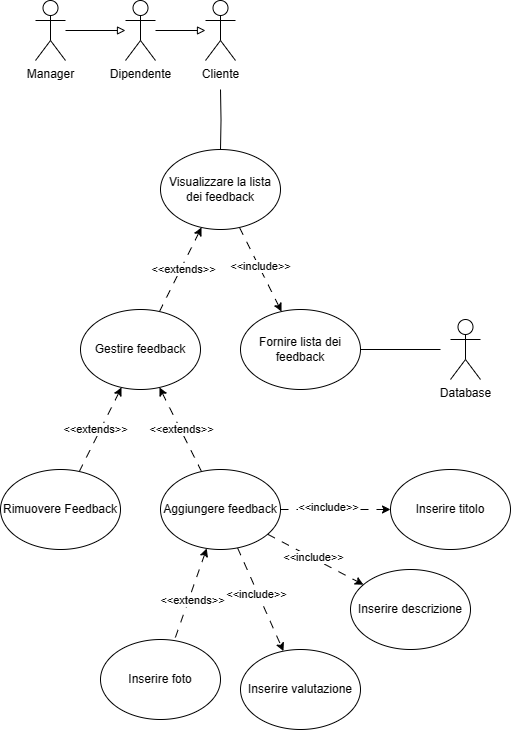
Before: second-deliverable/images/UCD/RF8_feedback_UCD.png, a diagram exported from draw.io (IS-FixMi/Documentation-Source). Source tidied: cells renumbered, new cells last; positions are measured from the earlier drawing's top-left corner, leaving out a move shared by most shapes.
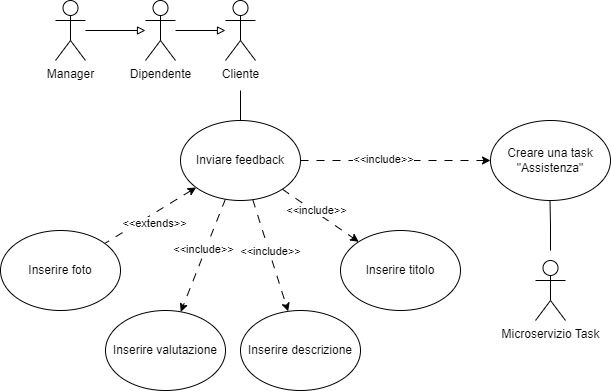
Later version of the same file.

The edit, as a diff of the source:
```diff
@@ -2,65 +2,26 @@
   <root>
     <mxCell id="0" />
     <mxCell id="1" parent="0" />
-    <mxCell id="2" style="edgeStyle=orthogonalEdgeStyle;rounded=0;jettySize=auto;html=1;endArrow=none;endFill=0;" parent="1" edge="1" target="12">
+    <mxCell id="2" style="edgeStyle=orthogonalEdgeStyle;rounded=0;jettySize=auto;html=1;endArrow=none;endFill=0;entryX=0.5;entryY=0;entryDx=0;entryDy=0;" parent="1" edge="1" target="27">
       <mxGeometry relative="1" as="geometry">
-        <mxPoint x="220" y="89" as="sourcePoint" />
+        <mxPoint x="220" y="149" as="sourcePoint" />
       </mxGeometry>
     </mxCell>
     <mxCell id="3" value="Cliente" style="shape=umlActor;verticalLabelPosition=bottom;verticalAlign=top;html=1;outlineConnect=0;" parent="1" vertex="1">
-      <mxGeometry x="205" width="30" height="60" as="geometry" />
+      <mxGeometry x="205" y="59" width="30" height="60" as="geometry" />
     </mxCell>
     <mxCell id="4" style="edgeStyle=orthogonalEdgeStyle;rounded=0;jettySize=auto;html=1;endArrow=block;endFill=0;" parent="1" edge="1" source="5" target="3">
       <mxGeometry relative="1" as="geometry" />
     </mxCell>
     <mxCell id="5" value="Dipendente" style="shape=umlActor;verticalLabelPosition=bottom;verticalAlign=top;html=1;outlineConnect=0;" parent="1" vertex="1">
-      <mxGeometry x="125" width="30" height="60" as="geometry" />
+      <mxGeometry x="125" y="59" width="30" height="60" as="geometry" />
     </mxCell>
     <mxCell id="6" style="edgeStyle=orthogonalEdgeStyle;rounded=0;jettySize=auto;html=1;endArrow=block;endFill=0;" parent="1" edge="1" source="7" target="5">
       <mxGeometry relative="1" as="geometry" />
     </mxCell>
     <mxCell id="7" value="Manager" style="shape=umlActor;verticalLabelPosition=bottom;verticalAlign=top;html=1;outlineConnect=0;" parent="1" vertex="1">
-      <mxGeometry x="35" width="30" height="60" as="geometry" />
+      <mxGeometry x="35" y="59" width="30" height="60" as="geometry" />
     </mxCell>
-    <mxCell id="8" style="rounded=0;jettySize=auto;html=1;dashed=1;dashPattern=8 8;" parent="1" edge="1" source="12" target="34">
-      <mxGeometry relative="1" as="geometry" />
-    </mxCell>
-    <mxCell id="9" value="&amp;lt;&amp;lt;include&amp;gt;&amp;gt;" style="edgeLabel;html=1;align=center;verticalAlign=middle;" parent="8" vertex="1">
-      <mxGeometry x="-0.07" y="1" relative="1" as="geometry" />
-    </mxCell>
-    <mxCell id="10" style="rounded=0;jettySize=auto;html=1;dashed=1;dashPattern=8 8;endArrow=none;endFill=0;startArrow=classic;startFill=1;" parent="1" edge="1" source="12" target="17">
-      <mxGeometry relative="1" as="geometry" />
-    </mxCell>
-    <mxCell id="11" value="&amp;lt;&amp;lt;extends&amp;gt;&amp;gt;" style="edgeLabel;html=1;align=center;verticalAlign=middle;" parent="10" vertex="1">
-      <mxGeometry x="0.23" y="-2" relative="1" as="geometry">
-        <mxPoint x="9" y="-9" as="offset" />
-      </mxGeometry>
-    </mxCell>
-    <mxCell id="12" value="Visualizzare la lista dei feedback" style="ellipse;whiteSpace=wrap;html=1;" parent="1" vertex="1">
-      <mxGeometry x="160" y="149" width="120" height="80" as="geometry" />
-    </mxCell>
-    <mxCell id="13" style="rounded=0;jettySize=auto;html=1;dashed=1;dashPattern=8 8;startArrow=classic;startFill=1;endArrow=none;endFill=0;" parent="1" edge="1" source="17" target="18">
-      <mxGeometry relative="1" as="geometry" />
-    </mxCell>
-    <mxCell id="14" value="&amp;lt;&amp;lt;extends&amp;gt;&amp;gt;" style="edgeLabel;html=1;align=center;verticalAlign=middle;" parent="13" vertex="1">
-      <mxGeometry x="-0.04" y="-1" relative="1" as="geometry">
-        <mxPoint x="-5" y="2" as="offset" />
-      </mxGeometry>
-    </mxCell>
-    <mxCell id="15" style="rounded=0;jettySize=auto;html=1;dashed=1;dashPattern=8 8;endArrow=none;endFill=0;startArrow=classic;startFill=1;" parent="1" edge="1" source="17" target="27">
-      <mxGeometry relative="1" as="geometry" />
-    </mxCell>
-    <mxCell id="16" value="&amp;lt;&amp;lt;extends&amp;gt;&amp;gt;" style="edgeLabel;html=1;align=center;verticalAlign=middle;" parent="15" vertex="1">
-      <mxGeometry x="-0.07" relative="1" as="geometry">
-        <mxPoint x="2" y="3" as="offset" />
-      </mxGeometry>
-    </mxCell>
-    <mxCell id="17" value="Gestire feedback" style="ellipse;whiteSpace=wrap;html=1;" parent="1" vertex="1">
-      <mxGeometry x="80" y="309" width="120" height="80" as="geometry" />
-    </mxCell>
-    <mxCell id="18" value="Rimuovere Feedback" style="ellipse;whiteSpace=wrap;html=1;" parent="1" vertex="1">
-      <mxGeometry y="469" width="120" height="80" as="geometry" />
-    </mxCell>
     <mxCell id="19" style="rounded=0;jettySize=auto;html=1;dashed=1;dashPattern=8 8;" parent="1" edge="1" source="27" target="28">
       <mxGeometry relative="1" as="geometry" />
     </mxCell>
@@ -89,31 +50,38 @@
         <mxPoint y="10" as="offset" />
       </mxGeometry>
     </mxCell>
-    <mxCell id="27" value="Aggiungere feedback" style="ellipse;whiteSpace=wrap;html=1;" parent="1" vertex="1">
-      <mxGeometry x="160" y="469" width="120" height="80" as="geometry" />
+    <mxCell id="27" value="Inviare feedback" style="ellipse;whiteSpace=wrap;html=1;" parent="1" vertex="1">
+      <mxGeometry x="160" y="179" width="120" height="80" as="geometry" />
     </mxCell>
     <mxCell id="28" value="Inserire titolo" style="ellipse;whiteSpace=wrap;html=1;" parent="1" vertex="1">
-      <mxGeometry x="390" y="469" width="120" height="80" as="geometry" />
+      <mxGeometry x="320" y="289" width="120" height="80" as="geometry" />
     </mxCell>
     <mxCell id="29" value="Inserire descrizione" style="ellipse;whiteSpace=wrap;html=1;" parent="1" vertex="1">
-      <mxGeometry x="350" y="569" width="120" height="80" as="geometry" />
+      <mxGeometry x="220" y="369" width="120" height="80" as="geometry" />
     </mxCell>
     <mxCell id="30" value="Inserire foto" style="ellipse;whiteSpace=wrap;html=1;" parent="1" vertex="1">
-      <mxGeometry x="100" y="639" width="120" height="80" as="geometry" />
+      <mxGeometry x="-20" y="289" width="120" height="80" as="geometry" />
     </mxCell>
     <mxCell id="31" value="Inserire valutazione" style="ellipse;whiteSpace=wrap;html=1;" parent="1" vertex="1">
-      <mxGeometry x="240" y="649" width="120" height="80" as="geometry" />
+      <mxGeometry x="85" y="369" width="120" height="80" as="geometry" />
     </mxCell>
-    <mxCell id="32" style="rounded=0;jettySize=auto;html=1;endArrow=none;endFill=0;" parent="1" edge="1" target="34">
-      <mxGeometry relative="1" as="geometry">
-        <mxPoint x="440" y="349" as="sourcePoint" />
-      </mxGeometry>
-    </mxCell>
-    <mxCell id="33" value="Database" style="shape=umlActor;verticalLabelPosition=bottom;verticalAlign=top;html=1;" parent="1" vertex="1">
-      <mxGeometry x="450" y="319" width="30" height="60" as="geometry" />
-    </mxCell>
-    <mxCell id="34" value="Fornire lista dei feedback" style="ellipse;whiteSpace=wrap;html=1;" parent="1" vertex="1">
-      <mxGeometry x="240" y="309" width="120" height="80" as="geometry" />
-    </mxCell>
+    <mxCell id="35" value="Creare una task &quot;Assistenza&quot;" style="ellipse;whiteSpace=wrap;html=1;" parent="1" vertex="1">
+      <mxGeometry x="470" y="179" width="120" height="80" as="geometry" />
+    </mxCell>
+    <mxCell id="36" style="rounded=0;jettySize=auto;html=1;dashed=1;dashPattern=8 8;entryX=0;entryY=0.5;entryDx=0;entryDy=0;exitX=1;exitY=0.5;exitDx=0;exitDy=0;" parent="1" edge="1" source="27" target="35">
+      <mxGeometry relative="1" as="geometry" />
+    </mxCell>
+    <mxCell id="9" value="&amp;lt;&amp;lt;include&amp;gt;&amp;gt;" style="edgeLabel;html=1;align=center;verticalAlign=middle;" parent="36" vertex="1">
+      <mxGeometry x="-0.14" y="2" relative="1" as="geometry" />
+    </mxCell>
+    <mxCell id="37" value="Microservizio Task&lt;br&gt;" style="shape=umlActor;verticalLabelPosition=bottom;verticalAlign=top;html=1;" parent="1" vertex="1">
+      <mxGeometry x="515" y="319" width="30" height="60" as="geometry" />
+    </mxCell>
+    <mxCell id="38" style="edgeStyle=orthogonalEdgeStyle;rounded=0;orthogonalLoop=1;jettySize=auto;html=1;endArrow=none;endFill=0;" parent="1" edge="1">
+      <mxGeometry relative="1" as="geometry">
+        <mxPoint x="529.5" y="259" as="sourcePoint" />
+        <mxPoint x="530" y="309" as="targetPoint" />
+      </mxGeometry>
+    </mxCell>
   </root>
 </mxGraphModel>
```
